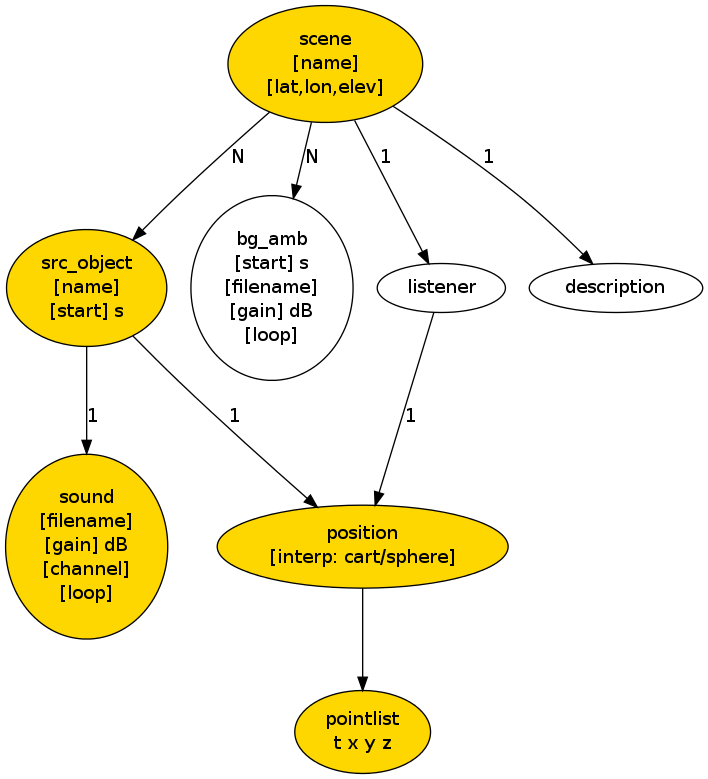
Earlier version of the Graphviz export doc/filestructure.png (HoerTech-gGmbH/tascar). Its source is kept beside it as doc/filestructure.dot.
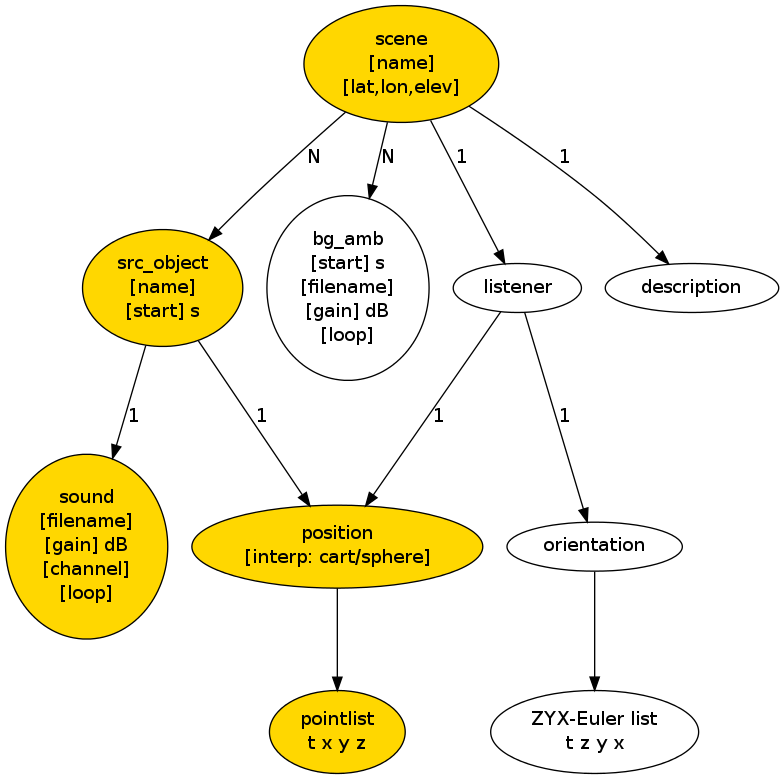
After the change.

Commit message:
first concept of orientation

The edit, as a diff of the source:
```diff
@@ -6,18 +6,21 @@
   bg_amb [label="bg_amb\n[start] s\n[filename]\n[gain] dB\n[loop]"];
   pointlist [label="pointlist\nt x y z",style="filled",fillcolor="gold"];
   position [label="position\n[interp: cart/sphere]",style="filled",fillcolor="gold"];
-  center [label="listener"];
+  listener [label="listener"];
+  eulerlist [label="ZYX-Euler list\nt z y x"];
 
 
 
   scene -> bg_amb [label="N"];
   scene -> description [label="1"];
-  scene -> center [label="1"];
+  scene -> listener [label="1"];
   scene -> source [label="N"];
   source -> position [label="1"];
   source -> sound [label="1"];
-  center -> position [label="1"];
-  position -> pointlist
+  listener -> position [label="1"];
+  position -> pointlist;
+  listener -> orientation [label="1"];
+  orientation -> eulerlist;
 
 }
 
```
